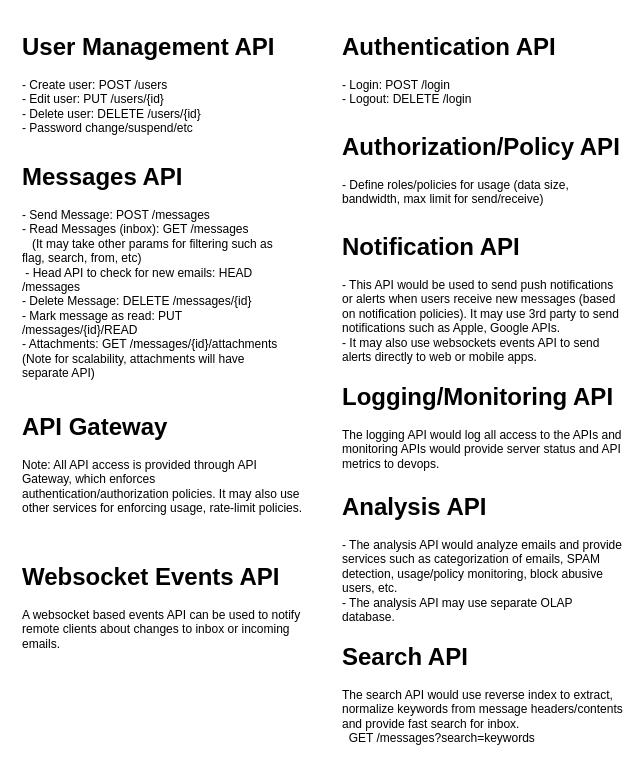
Earlier version of the draw.io diagram page "API" (3 of 4) of MQ Mail.drawio (bhatti/Aeron). Source tidied: cells renumbered, new cells numbered last; positions are measured from the earlier drawing's top-left corner, leaving out a move shared by most shapes. Both pictures are drawn from the tidied source at 100%, with x=0, y=0 at pixel (17, 27).
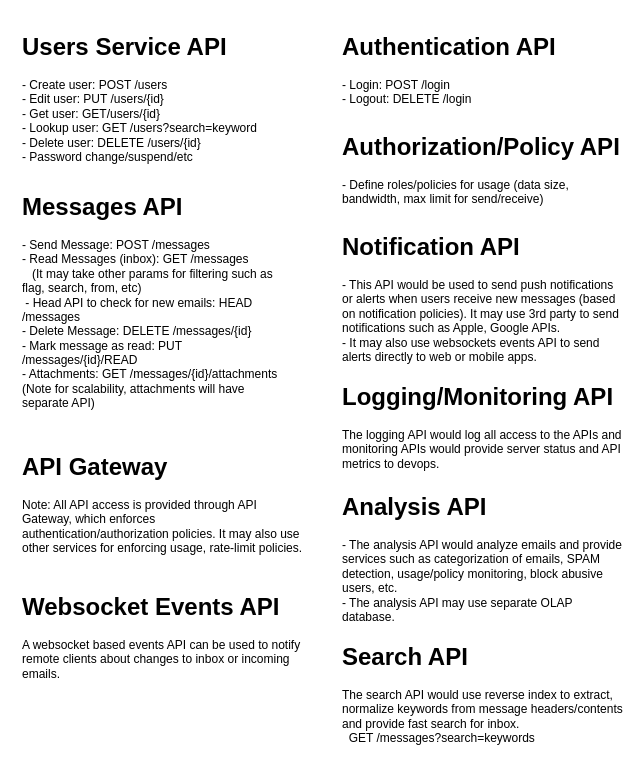
After the change.

The edit, as a diff of the source:
```diff
@@
 <mxGraphModel>
   <root>
     <mxCell id="0" />
     <mxCell id="1" parent="0" />
-    <mxCell id="2" value="&lt;h1&gt;User Management API&lt;br&gt;&lt;/h1&gt;&lt;p&gt;- Create user: POST /users&lt;br&gt;- Edit user: PUT /users/{id}&lt;br&gt;- Delete user: DELETE /users/{id}&lt;br&gt;- Password change/suspend/etc&lt;br&gt;&lt;/p&gt;" style="text;html=1;strokeColor=none;fillColor=none;spacing=5;spacingTop=-20;whiteSpace=wrap;overflow=hidden;rounded=0;" parent="1" vertex="1">
-      <mxGeometry width="270" height="120" as="geometry" />
+    <mxCell id="2" value="&lt;h1&gt;Users Service API&lt;br&gt;&lt;/h1&gt;&lt;p&gt;- Create user: POST /users&lt;br&gt;- Edit user: PUT /users/{id}&lt;br&gt;- Get user: GET/users/{id}&lt;br&gt;- Lookup user: GET /users?search=keyword&lt;br&gt;- Delete user: DELETE /users/{id}&lt;br&gt;- Password change/suspend/etc&lt;br&gt;&lt;/p&gt;" style="text;html=1;strokeColor=none;fillColor=none;spacing=5;spacingTop=-20;whiteSpace=wrap;overflow=hidden;rounded=0;" parent="1" vertex="1">
+      <mxGeometry width="270" height="150" as="geometry" />
     </mxCell>
     <mxCell id="3" value="&lt;h1&gt;Authentication API&lt;br&gt;&lt;/h1&gt;&lt;p&gt;- Login: POST /login&lt;br&gt;- Logout: DELETE /login&lt;br&gt;&lt;br&gt;&lt;/p&gt;" style="text;html=1;strokeColor=none;fillColor=none;spacing=5;spacingTop=-20;whiteSpace=wrap;overflow=hidden;rounded=0;" parent="1" vertex="1">
       <mxGeometry x="320" width="270" height="90" as="geometry" />
     </mxCell>
     <mxCell id="4" value="&lt;h1&gt;Messages API&lt;br&gt;&lt;/h1&gt;&lt;p&gt;- Send Message: POST /messages&lt;br&gt;- Read Messages (inbox): GET /messages&lt;br&gt;&amp;nbsp;&amp;nbsp; (It may take other params for filtering such as flag, search, from, etc)&lt;br&gt;&amp;nbsp;- Head API to check for new emails: HEAD /messages&lt;br&gt;- Delete Message: DELETE /messages/{id}&lt;br&gt;- Mark message as read: PUT /messages/{id}/READ&lt;br&gt;- Attachments: GET /messages/{id}/attachments&lt;br&gt;(Note for scalability, attachments will have separate API)&lt;br&gt;&lt;/p&gt;" style="text;html=1;strokeColor=none;fillColor=none;spacing=5;spacingTop=-20;whiteSpace=wrap;overflow=hidden;rounded=0;" parent="1" vertex="1">
-      <mxGeometry y="130" width="270" height="240" as="geometry" />
+      <mxGeometry y="160" width="270" height="240" as="geometry" />
     </mxCell>
     <mxCell id="5" value="&lt;h1&gt;Authorization/Policy API&lt;br&gt;&lt;/h1&gt;&lt;p&gt;- Define roles/policies for usage (data size, bandwidth, max limit for send/receive)&lt;br&gt;&lt;/p&gt;" style="text;html=1;strokeColor=none;fillColor=none;spacing=5;spacingTop=-20;whiteSpace=wrap;overflow=hidden;rounded=0;" parent="1" vertex="1">
       <mxGeometry x="320" y="100" width="290" height="90" as="geometry" />
     </mxCell>
     <mxCell id="6" value="&lt;h1&gt;Notification API&lt;br&gt;&lt;/h1&gt;- This API would be used to send push notifications or alerts when users receive new messages (based on notification policies). It may use 3rd party to send notifications such as Apple, Google APIs.&lt;br&gt;- It may also use websockets events API to send alerts directly to web or mobile apps." style="text;html=1;strokeColor=none;fillColor=none;spacing=5;spacingTop=-20;whiteSpace=wrap;overflow=hidden;rounded=0;" parent="1" vertex="1">
       <mxGeometry x="320" y="200" width="290" height="140" as="geometry" />
     </mxCell>
     <mxCell id="7" value="&lt;h1&gt;API Gateway&lt;br&gt;&lt;/h1&gt;Note: All API access is provided through API Gateway, which enforces authentication/authorization policies. It may also use other services for enforcing usage, rate-limit policies." style="text;html=1;strokeColor=none;fillColor=none;spacing=5;spacingTop=-20;whiteSpace=wrap;overflow=hidden;rounded=0;" parent="1" vertex="1">
-      <mxGeometry y="380" width="290" height="140" as="geometry" />
+      <mxGeometry y="420" width="290" height="140" as="geometry" />
     </mxCell>
     <mxCell id="8" value="&lt;h1&gt;Logging/Monitoring API&lt;br&gt;&lt;/h1&gt;The logging API would log all access to the APIs and monitoring APIs would provide server status and API metrics to devops." style="text;html=1;strokeColor=none;fillColor=none;spacing=5;spacingTop=-20;whiteSpace=wrap;overflow=hidden;rounded=0;" parent="1" vertex="1">
       <mxGeometry x="320" y="350" width="290" height="110" as="geometry" />
     </mxCell>
     <mxCell id="9" value="&lt;h1&gt;Websocket Events API&lt;br&gt;&lt;/h1&gt;A websocket based events API can be used to notify remote clients about changes to inbox or incoming emails." style="text;html=1;strokeColor=none;fillColor=none;spacing=5;spacingTop=-20;whiteSpace=wrap;overflow=hidden;rounded=0;" parent="1" vertex="1">
-      <mxGeometry y="530" width="290" height="140" as="geometry" />
+      <mxGeometry y="560" width="290" height="140" as="geometry" />
     </mxCell>
     <mxCell id="10" value="&lt;h1&gt;Analysis API&lt;br&gt;&lt;/h1&gt;- The analysis API would analyze emails and provide services such as categorization of emails, SPAM detection, usage/policy monitoring, block abusive users, etc. &lt;br&gt;- The analysis API may use separate OLAP database." style="text;html=1;strokeColor=none;fillColor=none;spacing=5;spacingTop=-20;whiteSpace=wrap;overflow=hidden;rounded=0;" parent="1" vertex="1">
       <mxGeometry x="320" y="460" width="290" height="140" as="geometry" />
     </mxCell>
     <mxCell id="11" value="&lt;h1&gt;Search API&lt;br&gt;&lt;/h1&gt;The search API would use reverse index to extract, normalize keywords from message headers/contents and provide fast search for inbox.&lt;br&gt;&amp;nbsp; GET /messages?search=keywords" style="text;html=1;strokeColor=none;fillColor=none;spacing=5;spacingTop=-20;whiteSpace=wrap;overflow=hidden;rounded=0;" parent="1" vertex="1">
       <mxGeometry x="320" y="610" width="290" height="110" as="geometry" />
     </mxCell>
   </root>
 </mxGraphModel>
```
